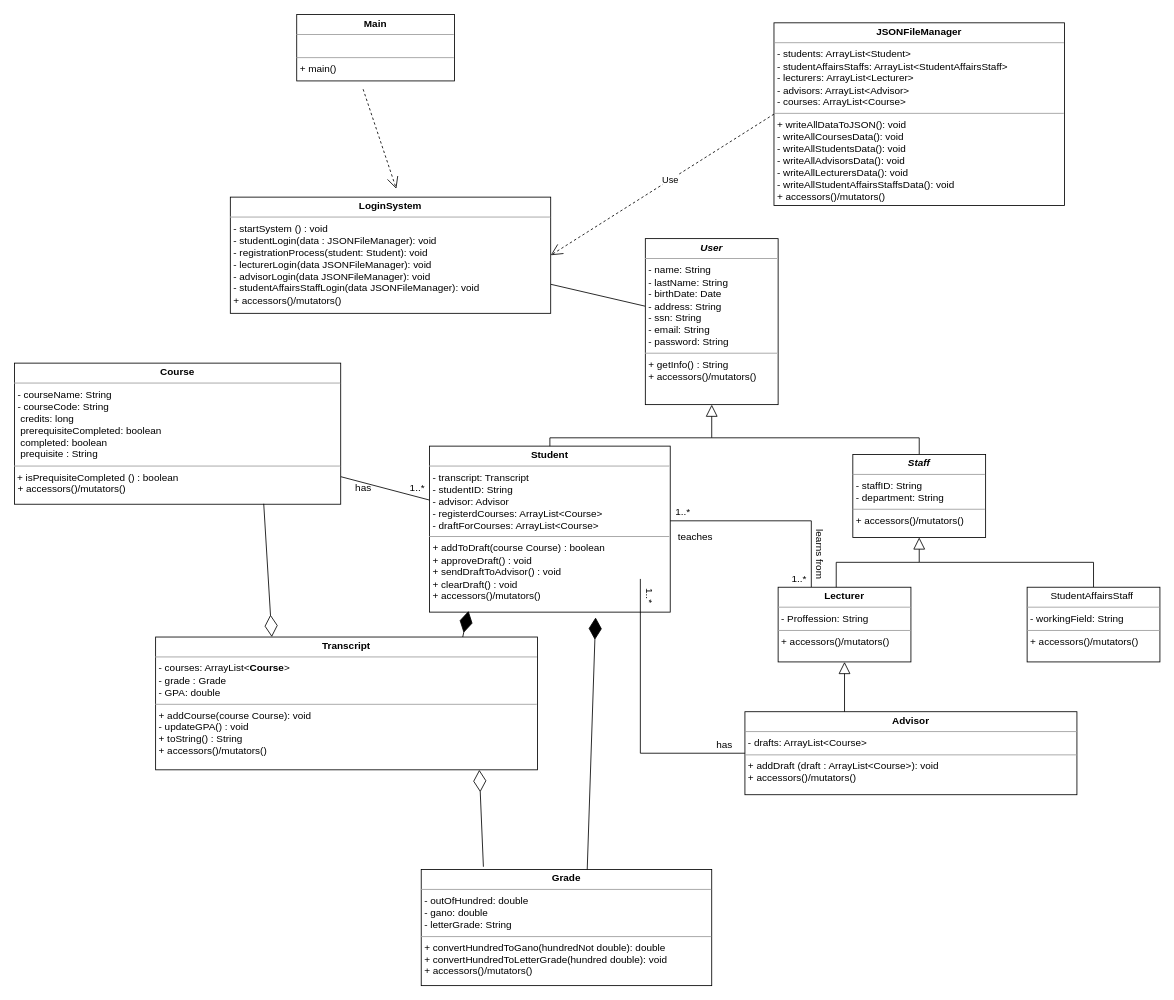
yigittuncer07/CSE3063F23P1_GRP9 keeps this draw.io diagram as Iteration_1/CSE3063F23P1_DCD_GRP9_Iteration1.drawio. Above is the earlier version. Source tidied: cells renumbered, new cells numbered last; positions are measured from the earlier drawing's top-left corner, leaving out a move shared by most shapes. Both pictures are drawn from the tidied source at 83%, with x=0, y=0 at pixel (14, 14).
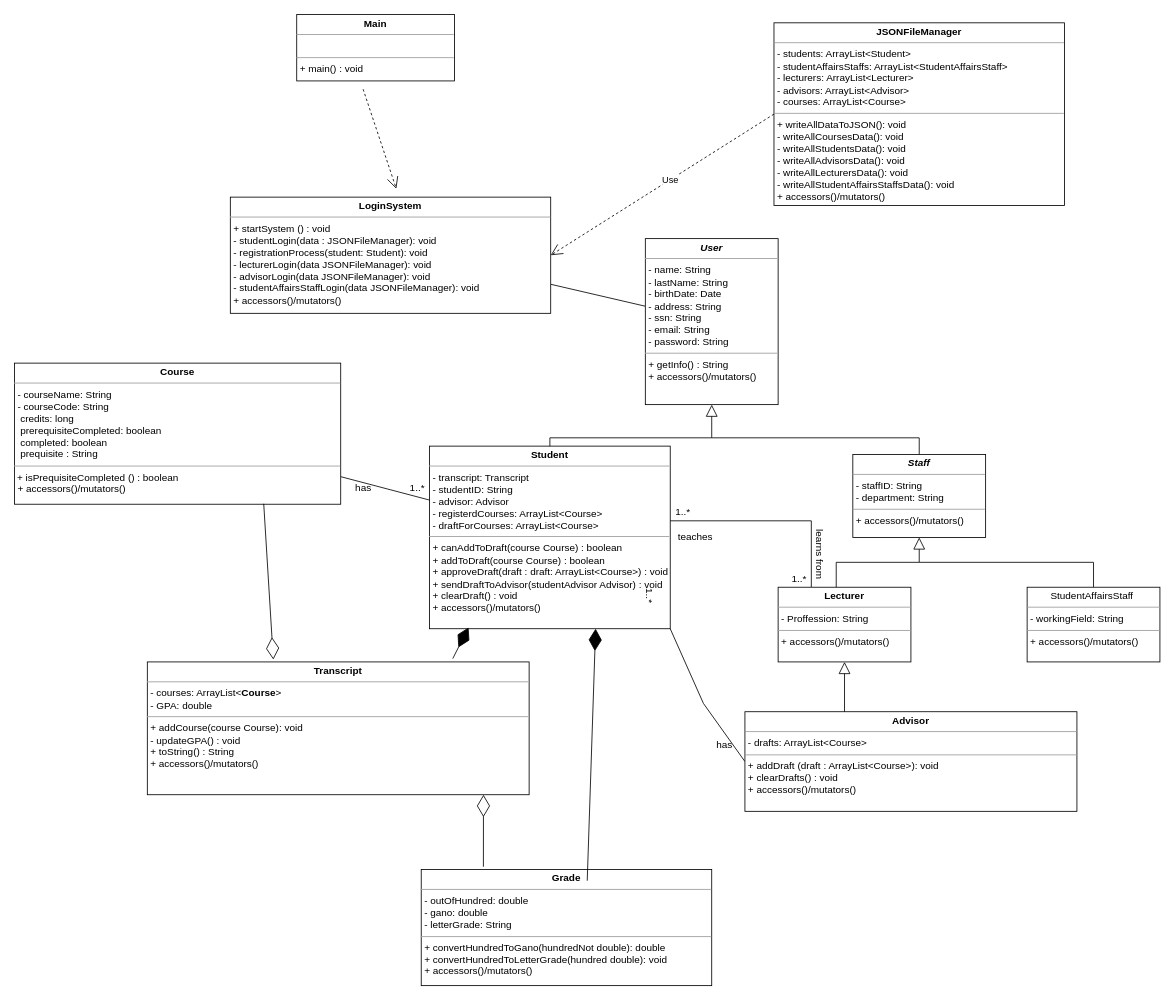
The same diagram, later.

Unchanged cells that the change refers to:
```xml
<mxCell id="9" value="&lt;p style=&quot;margin:0px;margin-top:4px;text-align:center;&quot;&gt;&lt;b&gt;Course&lt;/b&gt;&lt;/p&gt;&lt;hr size=&quot;1&quot;&gt;&lt;p style=&quot;margin:0px;margin-left:4px;&quot;&gt;&lt;span style=&quot;background-color: initial;&quot;&gt;- courseName: String&lt;/span&gt;&lt;/p&gt;&lt;p style=&quot;margin:0px;margin-left:4px;&quot;&gt;- courseCode: String&lt;/p&gt;&lt;p style=&quot;margin:0px;margin-left:4px;&quot;&gt;&amp;nbsp;credits: long&lt;/p&gt;&lt;p style=&quot;margin:0px;margin-left:4px;&quot;&gt;&amp;nbsp;prerequisiteCompleted: boolean&lt;/p&gt;&lt;p style=&quot;margin:0px;margin-left:4px;&quot;&gt;&amp;nbsp;completed: boolean&lt;/p&gt;&lt;p style=&quot;margin:0px;margin-left:4px;&quot;&gt;&amp;nbsp;prequisite : String&lt;/p&gt;&lt;hr size=&quot;1&quot;&gt;&amp;nbsp;+ isPrequisiteCompleted () : boolean&lt;br&gt;&lt;p style=&quot;margin:0px;margin-left:4px;&quot;&gt;+ accessors()/mutators()&lt;/p&gt;" style="verticalAlign=top;align=left;overflow=fill;fontSize=12;fontFamily=Helvetica;html=1;whiteSpace=wrap;" parent="1" vertex="1">
  <mxGeometry y="420" width="393" height="170" as="geometry" />
</mxCell>
<mxCell id="11" value="&lt;p style=&quot;margin:0px;margin-top:4px;text-align:center;&quot;&gt;&lt;b&gt;Grade&lt;/b&gt;&lt;/p&gt;&lt;hr size=&quot;1&quot;&gt;&lt;p style=&quot;margin:0px;margin-left:4px;&quot;&gt;- outOfHundred: double&lt;/p&gt;&lt;p style=&quot;margin:0px;margin-left:4px;&quot;&gt;- gano: double&lt;/p&gt;&lt;p style=&quot;margin:0px;margin-left:4px;&quot;&gt;- letterGrade: String&lt;/p&gt;&lt;hr size=&quot;1&quot;&gt;&lt;p style=&quot;margin:0px;margin-left:4px;&quot;&gt;+ convertHundredToGano(hundredNot double): double&lt;/p&gt;&lt;p style=&quot;margin:0px;margin-left:4px;&quot;&gt;+ convertHundredToLetterGrade(hundred double): void&lt;/p&gt;&lt;p style=&quot;margin:0px;margin-left:4px;&quot;&gt;+ accessors()/mutators()&lt;br&gt;&lt;/p&gt;" style="verticalAlign=top;align=left;overflow=fill;fontSize=12;fontFamily=Helvetica;html=1;whiteSpace=wrap;" parent="1" vertex="1">
  <mxGeometry x="490" y="1030" width="350" height="140" as="geometry" />
</mxCell>
```

The edit, as a diff of the source:
```diff
@@
-    <mxCell id="4" value="&lt;p style=&quot;margin:0px;margin-top:4px;text-align:center;&quot;&gt;&lt;b&gt;Student&lt;/b&gt;&lt;/p&gt;&lt;hr size=&quot;1&quot;&gt;&lt;p style=&quot;margin:0px;margin-left:4px;&quot;&gt;- transcript: Transcript&lt;/p&gt;&lt;p style=&quot;margin:0px;margin-left:4px;&quot;&gt;- studentID: String&lt;/p&gt;&lt;p style=&quot;margin:0px;margin-left:4px;&quot;&gt;- advisor: Advisor&lt;/p&gt;&lt;p style=&quot;margin:0px;margin-left:4px;&quot;&gt;- registerdCourses: ArrayList&amp;lt;Course&amp;gt;&lt;/p&gt;&lt;p style=&quot;margin:0px;margin-left:4px;&quot;&gt;- draftForCourses: ArrayList&amp;lt;Course&amp;gt;&lt;/p&gt;&lt;hr size=&quot;1&quot;&gt;&lt;p style=&quot;margin:0px;margin-left:4px;&quot;&gt;+ addToDraft(course Course) : boolean&lt;/p&gt;&lt;p style=&quot;margin:0px;margin-left:4px;&quot;&gt;+ approveDraft() : void&lt;/p&gt;&lt;p style=&quot;margin:0px;margin-left:4px;&quot;&gt;+ sendDraftToAdvisor() : void&lt;/p&gt;&lt;p style=&quot;margin:0px;margin-left:4px;&quot;&gt;+ clearDraft() : void&lt;/p&gt;&lt;p style=&quot;margin:0px;margin-left:4px;&quot;&gt;&lt;span style=&quot;background-color: initial;&quot;&gt;+ accessors()/mutators()&lt;/span&gt;&lt;br&gt;&lt;/p&gt;" style="verticalAlign=top;align=left;overflow=fill;fontSize=12;fontFamily=Helvetica;html=1;whiteSpace=wrap;" parent="1" vertex="1">
-      <mxGeometry x="500" y="520" width="290" height="200" as="geometry" />
+    <mxCell id="4" value="&lt;p style=&quot;margin:0px;margin-top:4px;text-align:center;&quot;&gt;&lt;b&gt;Student&lt;/b&gt;&lt;/p&gt;&lt;hr size=&quot;1&quot;&gt;&lt;p style=&quot;margin:0px;margin-left:4px;&quot;&gt;- transcript: Transcript&lt;/p&gt;&lt;p style=&quot;margin:0px;margin-left:4px;&quot;&gt;- studentID: String&lt;/p&gt;&lt;p style=&quot;margin:0px;margin-left:4px;&quot;&gt;- advisor: Advisor&lt;/p&gt;&lt;p style=&quot;margin:0px;margin-left:4px;&quot;&gt;- registerdCourses: ArrayList&amp;lt;Course&amp;gt;&lt;/p&gt;&lt;p style=&quot;margin:0px;margin-left:4px;&quot;&gt;- draftForCourses: ArrayList&amp;lt;Course&amp;gt;&lt;/p&gt;&lt;hr size=&quot;1&quot;&gt;&lt;p style=&quot;margin:0px;margin-left:4px;&quot;&gt;+ canAddToDraft(course Course) : boolean&lt;/p&gt;&lt;p style=&quot;margin:0px;margin-left:4px;&quot;&gt;+ addToDraft(course Course) : boolean&lt;/p&gt;&lt;p style=&quot;margin:0px;margin-left:4px;&quot;&gt;+ approveDraft(draft : draft: ArrayList&amp;lt;Course&amp;gt;) : void&lt;/p&gt;&lt;p style=&quot;margin:0px;margin-left:4px;&quot;&gt;+ sendDraftToAdvisor(studentAdvisor Advisor) : void&lt;/p&gt;&lt;p style=&quot;margin:0px;margin-left:4px;&quot;&gt;+ clearDraft() : void&lt;/p&gt;&lt;p style=&quot;margin:0px;margin-left:4px;&quot;&gt;&lt;span style=&quot;background-color: initial;&quot;&gt;+ accessors()/mutators()&lt;/span&gt;&lt;br&gt;&lt;/p&gt;" style="verticalAlign=top;align=left;overflow=fill;fontSize=12;fontFamily=Helvetica;html=1;whiteSpace=wrap;" parent="1" vertex="1">
+      <mxGeometry x="500" y="520" width="290" height="220" as="geometry" />
     </mxCell>
@@
-    <mxCell id="6" style="edgeStyle=none;rounded=0;jettySize=auto;html=1;endArrow=none;endFill=0;exitX=0;exitY=0.5;exitDx=0;exitDy=0;" parent="1" edge="1" source="7">
+    <mxCell id="6" style="edgeStyle=none;rounded=0;jettySize=auto;html=1;endArrow=none;endFill=0;exitX=0;exitY=0.5;exitDx=0;exitDy=0;entryX=1;entryY=1;entryDx=0;entryDy=0;" parent="1" edge="1" source="7" target="4">
       <mxGeometry relative="1" as="geometry">
-        <mxPoint x="754" y="680" as="targetPoint" />
         <Array as="points">
-          <mxPoint x="754" y="890" />
+          <mxPoint x="830" y="830" />
         </Array>
       </mxGeometry>
     </mxCell>
-    <mxCell id="7" value="&lt;p style=&quot;margin:0px;margin-top:4px;text-align:center;&quot;&gt;&lt;b&gt;Advisor&lt;/b&gt;&lt;/p&gt;&lt;hr size=&quot;1&quot;&gt;&lt;p style=&quot;margin:0px;margin-left:4px;&quot;&gt;- drafts: ArrayList&amp;lt;Course&amp;gt;&lt;/p&gt;&lt;hr size=&quot;1&quot;&gt;&lt;p style=&quot;margin:0px;margin-left:4px;&quot;&gt;+ addDraft (draft : ArrayList&amp;lt;Course&amp;gt;): void&lt;/p&gt;&lt;p style=&quot;margin:0px;margin-left:4px;&quot;&gt;+ accessors()/mutators()&lt;br&gt;&lt;/p&gt;" style="verticalAlign=top;align=left;overflow=fill;fontSize=12;fontFamily=Helvetica;html=1;whiteSpace=wrap;" parent="1" vertex="1">
-      <mxGeometry x="880" y="840" width="400" height="100" as="geometry" />
+    <mxCell id="7" value="&lt;p style=&quot;margin:0px;margin-top:4px;text-align:center;&quot;&gt;&lt;b&gt;Advisor&lt;/b&gt;&lt;/p&gt;&lt;hr size=&quot;1&quot;&gt;&lt;p style=&quot;margin:0px;margin-left:4px;&quot;&gt;- drafts: ArrayList&amp;lt;Course&amp;gt;&lt;/p&gt;&lt;hr size=&quot;1&quot;&gt;&lt;p style=&quot;margin:0px;margin-left:4px;&quot;&gt;+ addDraft (draft : ArrayList&amp;lt;Course&amp;gt;): void&lt;/p&gt;&lt;p style=&quot;margin:0px;margin-left:4px;&quot;&gt;+ clearDrafts() : void&lt;/p&gt;&lt;p style=&quot;margin:0px;margin-left:4px;&quot;&gt;+ accessors()/mutators()&lt;br&gt;&lt;/p&gt;" style="verticalAlign=top;align=left;overflow=fill;fontSize=12;fontFamily=Helvetica;html=1;whiteSpace=wrap;" parent="1" vertex="1">
+      <mxGeometry x="880" y="840" width="400" height="120" as="geometry" />
     </mxCell>
@@
-    <mxCell id="10" value="&lt;p style=&quot;margin:0px;margin-top:4px;text-align:center;&quot;&gt;&lt;b&gt;Transcript&lt;/b&gt;&lt;/p&gt;&lt;hr size=&quot;1&quot;&gt;&lt;p style=&quot;margin:0px;margin-left:4px;&quot;&gt;- courses: ArrayList&amp;lt;&lt;b style=&quot;border-color: var(--border-color); text-align: center;&quot;&gt;Course&lt;/b&gt;&lt;span style=&quot;background-color: initial;&quot;&gt;&amp;gt;&lt;/span&gt;&lt;br&gt;&lt;/p&gt;&lt;p style=&quot;margin:0px;margin-left:4px;&quot;&gt;&lt;span style=&quot;background-color: initial;&quot;&gt;- grade : Grade&lt;/span&gt;&lt;/p&gt;&lt;p style=&quot;margin:0px;margin-left:4px;&quot;&gt;&lt;span style=&quot;background-color: initial;&quot;&gt;- GPA: double&lt;/span&gt;&lt;/p&gt;&lt;hr size=&quot;1&quot;&gt;&lt;p style=&quot;margin:0px;margin-left:4px;&quot;&gt;+ addCourse(course Course): void&lt;/p&gt;&lt;p style=&quot;margin:0px;margin-left:4px;&quot;&gt;- updateGPA() : void&lt;/p&gt;&lt;p style=&quot;margin:0px;margin-left:4px;&quot;&gt;+ toString() : String&lt;/p&gt;&lt;p style=&quot;margin:0px;margin-left:4px;&quot;&gt;&lt;span style=&quot;background-color: initial;&quot;&gt;+ accessors()/mutators()&lt;/span&gt;&lt;/p&gt;" style="verticalAlign=top;align=left;overflow=fill;fontSize=12;fontFamily=Helvetica;html=1;whiteSpace=wrap;" parent="1" vertex="1">
-      <mxGeometry x="170" y="750" width="460" height="160" as="geometry" />
+    <mxCell id="10" value="&lt;p style=&quot;margin:0px;margin-top:4px;text-align:center;&quot;&gt;&lt;b&gt;Transcript&lt;/b&gt;&lt;/p&gt;&lt;hr size=&quot;1&quot;&gt;&lt;p style=&quot;margin:0px;margin-left:4px;&quot;&gt;- courses: ArrayList&amp;lt;&lt;b style=&quot;border-color: var(--border-color); text-align: center;&quot;&gt;Course&lt;/b&gt;&lt;span style=&quot;background-color: initial;&quot;&gt;&amp;gt;&lt;/span&gt;&lt;/p&gt;&lt;p style=&quot;margin:0px;margin-left:4px;&quot;&gt;&lt;span style=&quot;background-color: initial;&quot;&gt;- GPA: double&lt;/span&gt;&lt;/p&gt;&lt;hr size=&quot;1&quot;&gt;&lt;p style=&quot;margin:0px;margin-left:4px;&quot;&gt;+ addCourse(course Course): void&lt;/p&gt;&lt;p style=&quot;margin:0px;margin-left:4px;&quot;&gt;- updateGPA() : void&lt;/p&gt;&lt;p style=&quot;margin:0px;margin-left:4px;&quot;&gt;+ toString() : String&lt;/p&gt;&lt;p style=&quot;margin:0px;margin-left:4px;&quot;&gt;&lt;span style=&quot;background-color: initial;&quot;&gt;+ accessors()/mutators()&lt;/span&gt;&lt;/p&gt;" style="verticalAlign=top;align=left;overflow=fill;fontSize=12;fontFamily=Helvetica;html=1;whiteSpace=wrap;" parent="1" vertex="1">
+      <mxGeometry x="160" y="780" width="460" height="160" as="geometry" />
     </mxCell>
@@
-    <mxCell id="16" value="&lt;p style=&quot;margin:0px;margin-top:4px;text-align:center;&quot;&gt;&lt;b&gt;LoginSystem&lt;/b&gt;&lt;/p&gt;&lt;hr size=&quot;1&quot;&gt;&lt;p style=&quot;margin:0px;margin-left:4px;&quot;&gt;- startSystem () : void&lt;/p&gt;&lt;p style=&quot;margin:0px;margin-left:4px;&quot;&gt;- studentLogin(data : JSONFileManager): void&lt;/p&gt;&lt;p style=&quot;margin:0px;margin-left:4px;&quot;&gt;- registrationProcess(student: Student): void&lt;/p&gt;&lt;p style=&quot;margin:0px;margin-left:4px;&quot;&gt;- lecturerLogin(data JSONFileManager): void&lt;/p&gt;&lt;p style=&quot;margin:0px;margin-left:4px;&quot;&gt;- advisorLogin(data JSONFileManager): void&lt;/p&gt;&lt;p style=&quot;border-color: var(--border-color); margin: 0px 0px 0px 4px;&quot;&gt;- studentAffairsStaffLogin(data JSONFileManager): void&lt;/p&gt;&lt;div&gt;&lt;p style=&quot;border-color: var(--border-color); margin: 0px 0px 0px 4px;&quot;&gt;+ accessors()/mutators()&lt;br&gt;&lt;/p&gt;&lt;/div&gt;&lt;p style=&quot;margin:0px;margin-left:4px;&quot;&gt;&lt;br&gt;&lt;/p&gt;" style="verticalAlign=top;align=left;overflow=fill;fontSize=12;fontFamily=Helvetica;html=1;whiteSpace=wrap;" parent="1" vertex="1">
+    <mxCell id="16" value="&lt;p style=&quot;margin:0px;margin-top:4px;text-align:center;&quot;&gt;&lt;b&gt;LoginSystem&lt;/b&gt;&lt;/p&gt;&lt;hr size=&quot;1&quot;&gt;&lt;p style=&quot;margin:0px;margin-left:4px;&quot;&gt;+ startSystem () : void&lt;/p&gt;&lt;p style=&quot;margin:0px;margin-left:4px;&quot;&gt;- studentLogin(data : JSONFileManager): void&lt;/p&gt;&lt;p style=&quot;margin:0px;margin-left:4px;&quot;&gt;- registrationProcess(student: Student): void&lt;/p&gt;&lt;p style=&quot;margin:0px;margin-left:4px;&quot;&gt;- lecturerLogin(data JSONFileManager): void&lt;/p&gt;&lt;p style=&quot;margin:0px;margin-left:4px;&quot;&gt;- advisorLogin(data JSONFileManager): void&lt;/p&gt;&lt;p style=&quot;border-color: var(--border-color); margin: 0px 0px 0px 4px;&quot;&gt;- studentAffairsStaffLogin(data JSONFileManager): void&lt;/p&gt;&lt;div&gt;&lt;p style=&quot;border-color: var(--border-color); margin: 0px 0px 0px 4px;&quot;&gt;+ accessors()/mutators()&lt;br&gt;&lt;/p&gt;&lt;/div&gt;&lt;p style=&quot;margin:0px;margin-left:4px;&quot;&gt;&lt;br&gt;&lt;/p&gt;" style="verticalAlign=top;align=left;overflow=fill;fontSize=12;fontFamily=Helvetica;html=1;whiteSpace=wrap;" parent="1" vertex="1">
       <mxGeometry x="260" y="220" width="386" height="140" as="geometry" />
     </mxCell>
@@
-    <mxCell id="19" value="&lt;p style=&quot;margin:0px;margin-top:4px;text-align:center;&quot;&gt;&lt;b&gt;Main&lt;/b&gt;&lt;/p&gt;&lt;hr size=&quot;1&quot;&gt;&lt;p style=&quot;margin:0px;margin-left:4px;&quot;&gt;&lt;br&gt;&lt;/p&gt;&lt;hr size=&quot;1&quot;&gt;&lt;p style=&quot;margin:0px;margin-left:4px;&quot;&gt;+ main()&lt;/p&gt;" style="verticalAlign=top;align=left;overflow=fill;fontSize=12;fontFamily=Helvetica;html=1;whiteSpace=wrap;" parent="1" vertex="1">
+    <mxCell id="19" value="&lt;p style=&quot;margin:0px;margin-top:4px;text-align:center;&quot;&gt;&lt;b&gt;Main&lt;/b&gt;&lt;/p&gt;&lt;hr size=&quot;1&quot;&gt;&lt;p style=&quot;margin:0px;margin-left:4px;&quot;&gt;&lt;br&gt;&lt;/p&gt;&lt;hr size=&quot;1&quot;&gt;&lt;p style=&quot;margin:0px;margin-left:4px;&quot;&gt;+ main() : void&lt;/p&gt;" style="verticalAlign=top;align=left;overflow=fill;fontSize=12;fontFamily=Helvetica;html=1;whiteSpace=wrap;" parent="1" vertex="1">
       <mxGeometry x="340" width="190" height="80" as="geometry" />
     </mxCell>
@@
-    <mxCell id="22" style="endArrow=diamondThin;endFill=1;endSize=24;html=1;rounded=0;entryX=0.162;entryY=0.993;entryDx=0;entryDy=0;entryPerimeter=0;" parent="1" edge="1" target="4">
-      <mxGeometry relative="1" as="geometry">
-        <mxPoint x="540" y="750" as="sourcePoint" />
-      </mxGeometry>
+    <mxCell id="22" style="endArrow=diamondThin;endFill=1;endSize=24;html=1;rounded=0;entryX=0.162;entryY=0.993;entryDx=0;entryDy=0;entryPerimeter=0;exitX=0.8;exitY=-0.025;exitDx=0;exitDy=0;exitPerimeter=0;" parent="1" edge="1" source="10" target="4">
+      <mxGeometry relative="1" as="geometry" />
     </mxCell>
@@
-    <mxCell id="24" style="endArrow=diamondThin;endFill=1;endSize=24;html=1;rounded=0;entryX=0.69;entryY=1.032;entryDx=0;entryDy=0;entryPerimeter=0;" parent="1" edge="1" target="4">
+    <mxCell id="24" style="endArrow=diamondThin;endFill=1;endSize=24;html=1;rounded=0;entryX=0.69;entryY=1.032;entryDx=0;entryDy=0;entryPerimeter=0;" parent="1" edge="1">
       <mxGeometry relative="1" as="geometry">
-        <mxPoint x="690" y="1030" as="sourcePoint" />
+        <mxPoint x="690" y="1043.6" as="sourcePoint" />
+        <mxPoint x="700.1" y="740" as="targetPoint" />
       </mxGeometry>
     </mxCell>
     <mxCell id="25" style="endArrow=diamondThin;endFill=0;endSize=24;html=1;rounded=0;exitX=0.214;exitY=-0.023;exitDx=0;exitDy=0;exitPerimeter=0;" parent="1" edge="1" source="11">
       <mxGeometry relative="1" as="geometry">
-        <mxPoint x="560" y="910" as="targetPoint" />
+        <mxPoint x="565" y="940" as="targetPoint" />
       </mxGeometry>
     </mxCell>
-    <mxCell id="26" style="endArrow=diamondThin;endFill=0;endSize=24;html=1;rounded=0;exitX=0.764;exitY=0.997;exitDx=0;exitDy=0;exitPerimeter=0;" parent="1" edge="1" source="9">
-      <mxGeometry relative="1" as="geometry">
-        <mxPoint x="310" y="750" as="targetPoint" />
-      </mxGeometry>
+    <mxCell id="26" style="endArrow=diamondThin;endFill=0;endSize=24;html=1;rounded=0;exitX=0.764;exitY=0.997;exitDx=0;exitDy=0;exitPerimeter=0;entryX=0.33;entryY=-0.018;entryDx=0;entryDy=0;entryPerimeter=0;" parent="1" edge="1" source="9" target="10">
+      <mxGeometry relative="1" as="geometry" />
     </mxCell>
```
